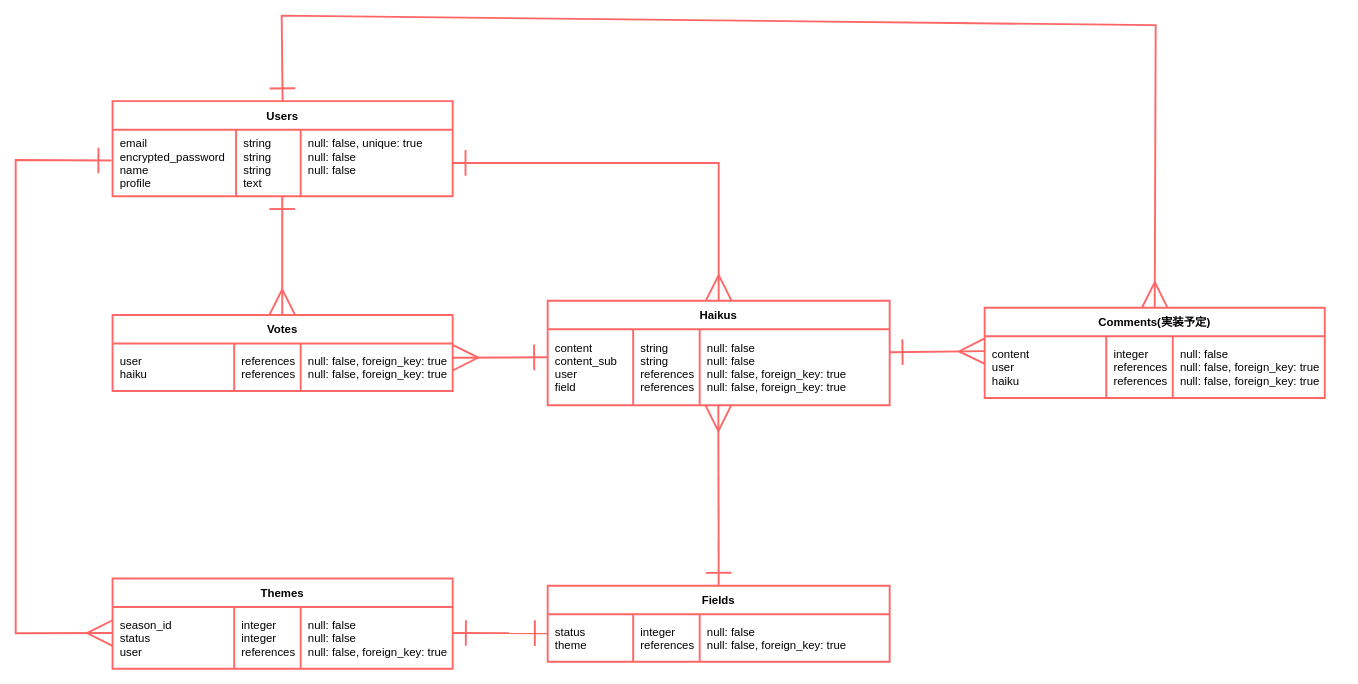
This is touku-room.dio from greenwalk/touku-room, a draw.io file, before an edit. Source tidied: cells renumbered, new cells numbered last; positions are measured from the earlier drawing's top-left corner, leaving out a move shared by most shapes. Both pictures are drawn from the tidied source at 95%, with x=0, y=0 at pixel (15, 15).
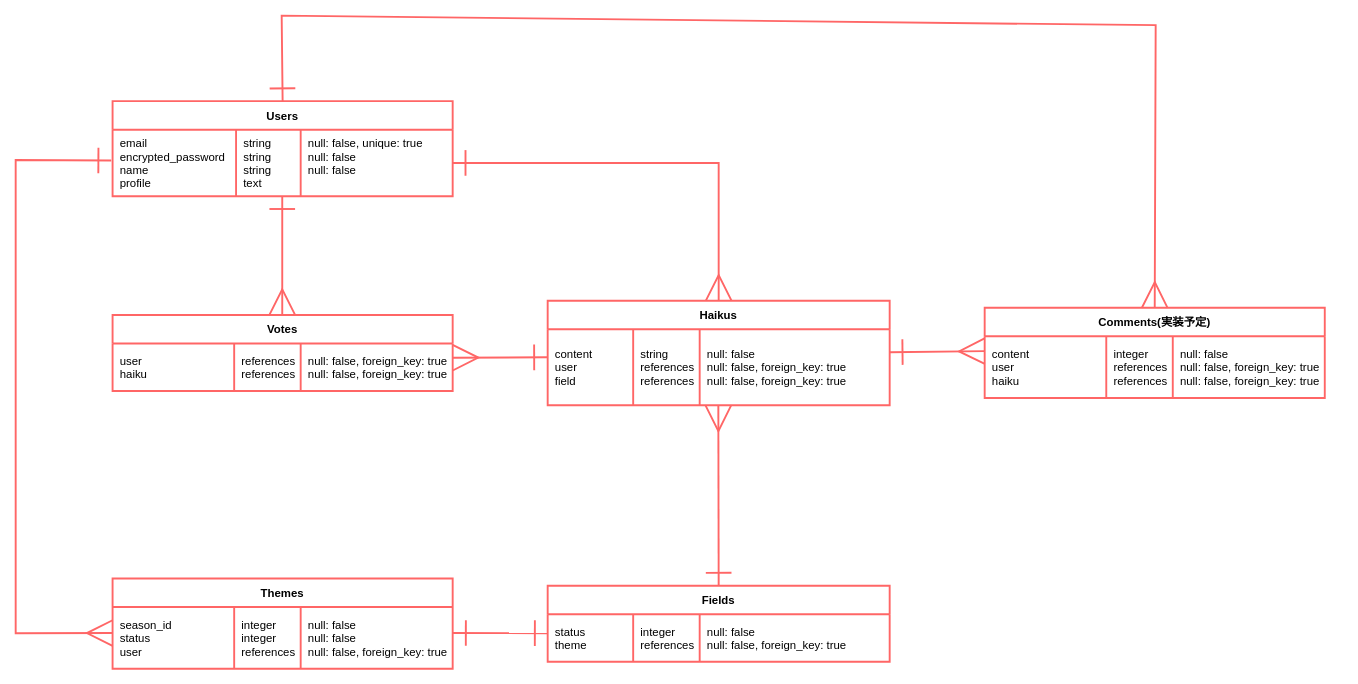
Above is the later version.

The change refers to these unchanged cells:
```xml
<mxCell id="8" style="shape=partialRectangle;fillColor=none;top=0;left=0;bottom=0;right=0;points=[[0,0.5],[1,0.5]];portConstraint=eastwest;" parent="7" vertex="1">
  <mxGeometry y="30" width="360" height="80" as="geometry" />
</mxCell>
```

What changed in the source:
```diff
@@
-    <mxCell id="9" value="content    &#10;content_sub&#10;user       &#10;field      " style="shape=partialRectangle;fillColor=none;top=0;left=0;bottom=0;right=0;fontStyle=0;overflow=hidden;align=left;spacingTop=0;spacing=2;fontFamily=Helvetica;spacingLeft=6;" parent="8" vertex="1">
+    <mxCell id="9" value="content    &#10;user       &#10;field      " style="shape=partialRectangle;fillColor=none;top=0;left=0;bottom=0;right=0;fontStyle=0;overflow=hidden;align=left;spacingTop=0;spacing=2;fontFamily=Helvetica;spacingLeft=6;" parent="8" vertex="1">
       <mxGeometry width="90" height="80" as="geometry" />
     </mxCell>
-    <mxCell id="10" value="string    &#10;string    &#10;references&#10;references" style="shape=partialRectangle;fillColor=none;top=0;left=0;bottom=0;right=0;align=left;spacingLeft=6;fontStyle=0;overflow=hidden;" parent="8" vertex="1">
+    <mxCell id="10" value="string     &#10;references&#10;references" style="shape=partialRectangle;fillColor=none;top=0;left=0;bottom=0;right=0;align=left;spacingLeft=6;fontStyle=0;overflow=hidden;" parent="8" vertex="1">
       <mxGeometry x="90" width="70" height="80" as="geometry" />
     </mxCell>
-    <mxCell id="11" value="null: false                   &#10;null: false                   &#10;null: false, foreign_key: true&#10;null: false, foreign_key: true" style="shape=partialRectangle;fillColor=none;top=0;left=0;bottom=0;right=0;align=left;spacingLeft=6;fontStyle=0;overflow=hidden;" parent="8" vertex="1">
+    <mxCell id="11" value="null: false                                    &#10;null: false, foreign_key: true&#10;null: false, foreign_key: true" style="shape=partialRectangle;fillColor=none;top=0;left=0;bottom=0;right=0;align=left;spacingLeft=6;fontStyle=0;overflow=hidden;" parent="8" vertex="1">
       <mxGeometry x="160" width="200" height="80" as="geometry" />
     </mxCell>
```
